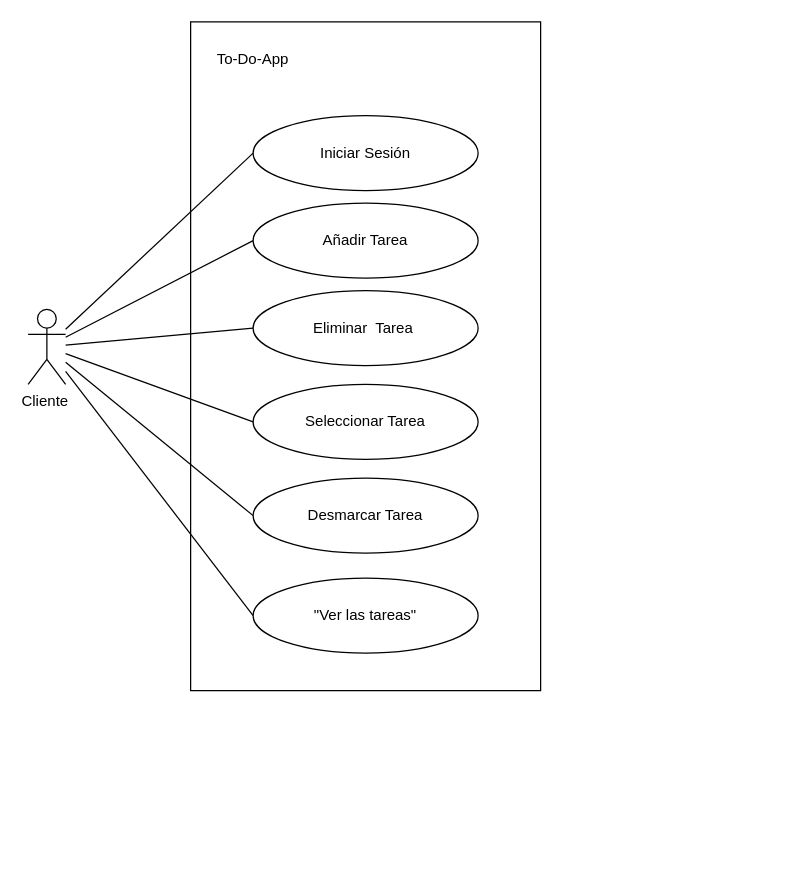
Before: Diagrama de Casos de Uso.drawio in AceDen97/SD, a draw.io diagram. Source tidied: cells renumbered, new cells numbered last; positions are measured from the earlier drawing's top-left corner, leaving out a move shared by most shapes. Both pictures are drawn from the tidied source at 125%, with x=0, y=0 at pixel (28, 21).
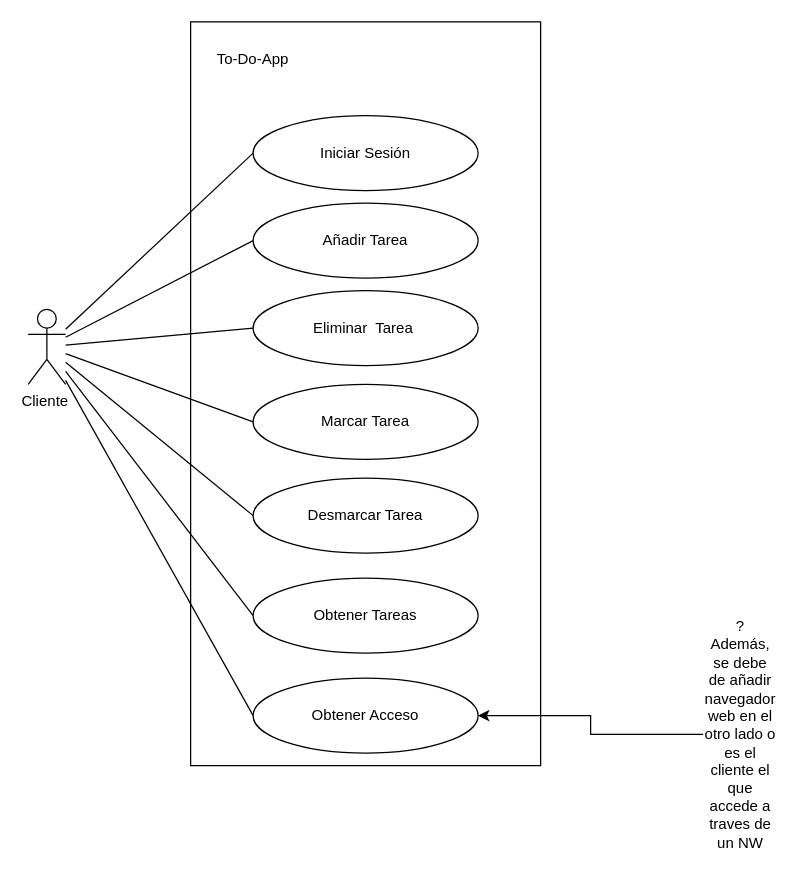
After the change.

The change refers to these unchanged cells:
```xml
<mxCell id="8" value="Cliente&amp;nbsp;" style="shape=umlActor;verticalLabelPosition=bottom;verticalAlign=top;html=1;outlineConnect=0;" parent="1" vertex="1">
  <mxGeometry y="230" width="30" height="60" as="geometry" />
</mxCell>
```

Diff of the diagram source:
```diff
@@
     <mxCell id="2" style="verticalLabelPosition=bottom;verticalAlign=top;html=1;shape=mxgraph.basic.rect;fillColor2=none;strokeWidth=1;size=20;indent=5;" parent="1" vertex="1">
-      <mxGeometry x="130" width="280" height="535" as="geometry" />
+      <mxGeometry x="130" width="280" height="595" as="geometry" />
     </mxCell>
@@
+    <mxCell id="17" style="rounded=0;jettySize=auto;html=1;entryX=0;entryY=0.5;entryDx=0;entryDy=0;endArrow=none;endFill=0;" parent="1" edge="1" source="8" target="18">
+      <mxGeometry relative="1" as="geometry" />
+    </mxCell>
@@
-    <mxCell id="11" value="Seleccionar Tarea" style="ellipse;whiteSpace=wrap;html=1;" parent="1" vertex="1">
+    <mxCell id="11" value="Marcar Tarea" style="ellipse;whiteSpace=wrap;html=1;" parent="1" vertex="1">
       <mxGeometry x="180" y="290" width="180" height="60" as="geometry" />
     </mxCell>
@@
-    <mxCell id="15" value="&quot;Ver las tareas&quot;" style="ellipse;whiteSpace=wrap;html=1;" parent="1" vertex="1">
+    <mxCell id="15" value="Obtener Tareas" style="ellipse;whiteSpace=wrap;html=1;" parent="1" vertex="1">
       <mxGeometry x="180" y="445" width="180" height="60" as="geometry" />
     </mxCell>
@@
+    <mxCell id="18" value="Obtener Acceso" style="ellipse;whiteSpace=wrap;html=1;" parent="1" vertex="1">
+      <mxGeometry x="180" y="525" width="180" height="60" as="geometry" />
+    </mxCell>
+    <mxCell id="19" style="edgeStyle=orthogonalEdgeStyle;rounded=0;jettySize=auto;html=1;" parent="1" edge="1" source="20" target="18">
+      <mxGeometry relative="1" as="geometry" />
+    </mxCell>
+    <mxCell id="20" value="?&lt;br&gt;Además, se debe de añadir navegador web en el otro lado o es el cliente el que accede a traves de un NW" style="text;html=1;strokeColor=none;fillColor=none;align=center;verticalAlign=middle;whiteSpace=wrap;rounded=0;" parent="1" vertex="1">
+      <mxGeometry x="540" y="555" width="60" height="30" as="geometry" />
+    </mxCell>
```
